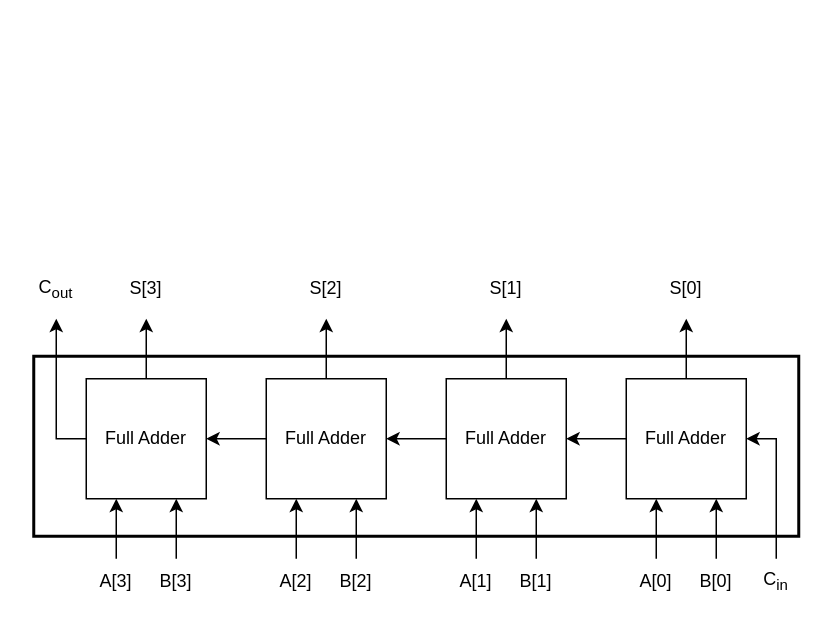
This is page "figure_17" (17 of 24) of assets/images/2021-12-21-verilogHDL_chapter3_combinational_logic/시스템_반도체_설계_3장.drawio from ParkDongho/ParkDongho.github.io, a draw.io file, before an edit. Source tidied: cells renumbered, new cells numbered last; positions are measured from the earlier drawing's top-left corner, leaving out a move shared by most shapes. Both pictures are drawn from the tidied source at 150%, with x=0, y=0 at pixel (26, 273).
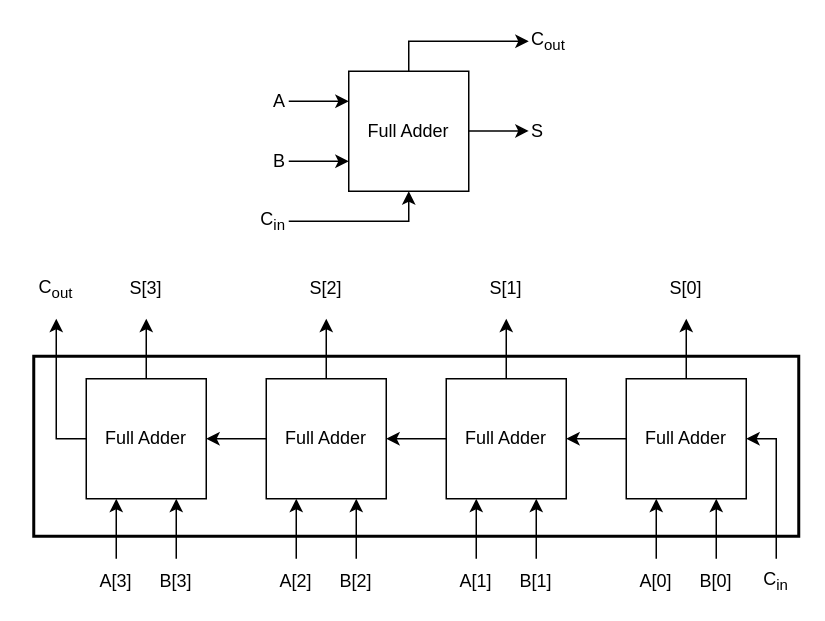
The same diagram, later.

Diff of the diagram source:
```diff
@@
+    <mxCell id="42" style="edgeStyle=orthogonalEdgeStyle;rounded=0;jettySize=auto;html=1;exitX=0.5;exitY=0;exitDx=0;exitDy=0;fontSize=12;" parent="1" edge="1" source="43">
+      <mxGeometry relative="1" as="geometry">
+        <mxPoint x="335" y="-155" as="targetPoint" />
+        <Array as="points">
+          <mxPoint x="255" y="-155" />
+        </Array>
+      </mxGeometry>
+    </mxCell>
+    <mxCell id="43" value="Full Adder" style="rounded=0;whiteSpace=wrap;html=1;fontSize=12;fillColor=none;" parent="1" vertex="1">
+      <mxGeometry x="215" y="-135" width="80" height="80" as="geometry" />
+    </mxCell>
+    <mxCell id="44" style="endArrow=classic;html=1;rounded=0;fontSize=12;" parent="1" edge="1">
+      <mxGeometry relative="1" as="geometry">
+        <mxPoint x="175" y="-115" as="sourcePoint" />
+        <mxPoint x="215" y="-115" as="targetPoint" />
+      </mxGeometry>
+    </mxCell>
+    <mxCell id="45" style="endArrow=classic;html=1;rounded=0;fontSize=12;" parent="1" edge="1">
+      <mxGeometry relative="1" as="geometry">
+        <mxPoint x="175" y="-75" as="sourcePoint" />
+        <mxPoint x="215" y="-75" as="targetPoint" />
+      </mxGeometry>
+    </mxCell>
+    <mxCell id="46" style="endArrow=classic;html=1;rounded=0;fontSize=12;entryX=0.5;entryY=1;entryDx=0;entryDy=0;" parent="1" edge="1" target="43">
+      <mxGeometry relative="1" as="geometry">
+        <mxPoint x="175" y="-35" as="sourcePoint" />
+        <Array as="points">
+          <mxPoint x="255" y="-35" />
+        </Array>
+      </mxGeometry>
+    </mxCell>
+    <mxCell id="47" style="endArrow=classic;html=1;rounded=0;fontSize=12;" parent="1" edge="1">
+      <mxGeometry relative="1" as="geometry">
+        <mxPoint x="295" y="-95.2" as="sourcePoint" />
+        <mxPoint x="335" y="-95.2" as="targetPoint" />
+      </mxGeometry>
+    </mxCell>
+    <mxCell id="48" value="A" style="text;html=1;strokeColor=none;fillColor=none;align=right;verticalAlign=middle;whiteSpace=wrap;rounded=0;fontSize=12;" parent="1" vertex="1">
+      <mxGeometry x="145" y="-125" width="30" height="20" as="geometry" />
+    </mxCell>
+    <mxCell id="49" value="B" style="text;html=1;strokeColor=none;fillColor=none;align=right;verticalAlign=middle;whiteSpace=wrap;rounded=0;fontSize=12;" parent="1" vertex="1">
+      <mxGeometry x="145" y="-85" width="30" height="20" as="geometry" />
+    </mxCell>
+    <mxCell id="50" value="S" style="text;html=1;strokeColor=none;fillColor=none;align=left;verticalAlign=middle;whiteSpace=wrap;rounded=0;fontSize=12;" parent="1" vertex="1">
+      <mxGeometry x="335" y="-105" width="40" height="20" as="geometry" />
+    </mxCell>
+    <mxCell id="51" value="C&lt;sub&gt;in&lt;/sub&gt;" style="text;html=1;strokeColor=none;fillColor=none;align=right;verticalAlign=middle;whiteSpace=wrap;rounded=0;fontSize=12;" parent="1" vertex="1">
+      <mxGeometry x="145" y="-45" width="30" height="20" as="geometry" />
+    </mxCell>
+    <mxCell id="52" value="C&lt;sub&gt;out&lt;/sub&gt;" style="text;html=1;strokeColor=none;fillColor=none;align=left;verticalAlign=middle;whiteSpace=wrap;rounded=0;fontSize=12;" parent="1" vertex="1">
+      <mxGeometry x="335" y="-165" width="40" height="20" as="geometry" />
+    </mxCell>
```
